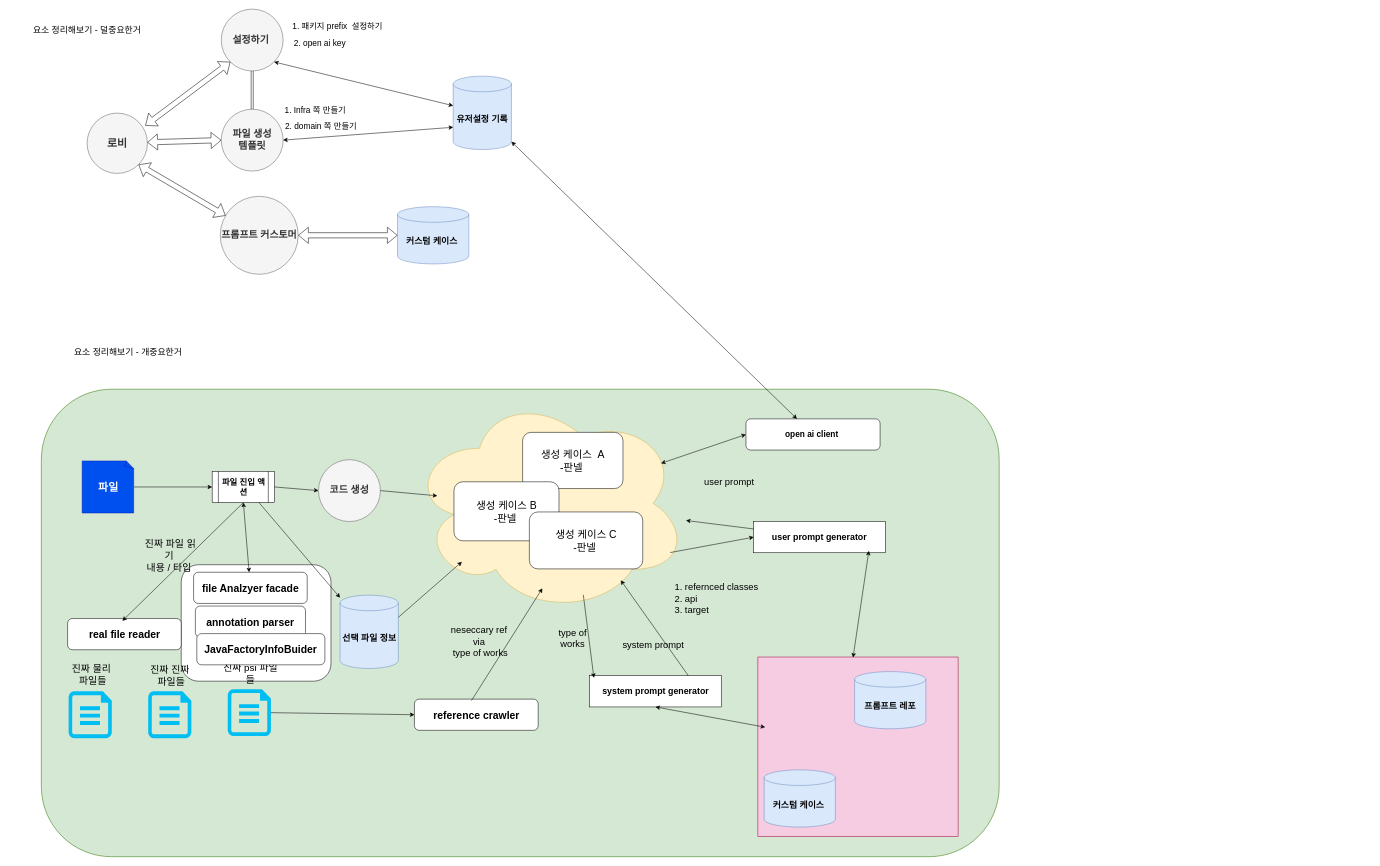
The draw.io diagram page "플러그인 아키텍쳐" (5 of 6) of drawio.drawio in dkGithup2022/draw_io_memory, before the edit. Source tidied: cells renumbered, new cells numbered last; positions are measured from the earlier drawing's top-left corner, leaving out a move shared by most shapes. Both pictures are drawn from the tidied source at 52%, with x=0, y=0 at pixel (9, 9).
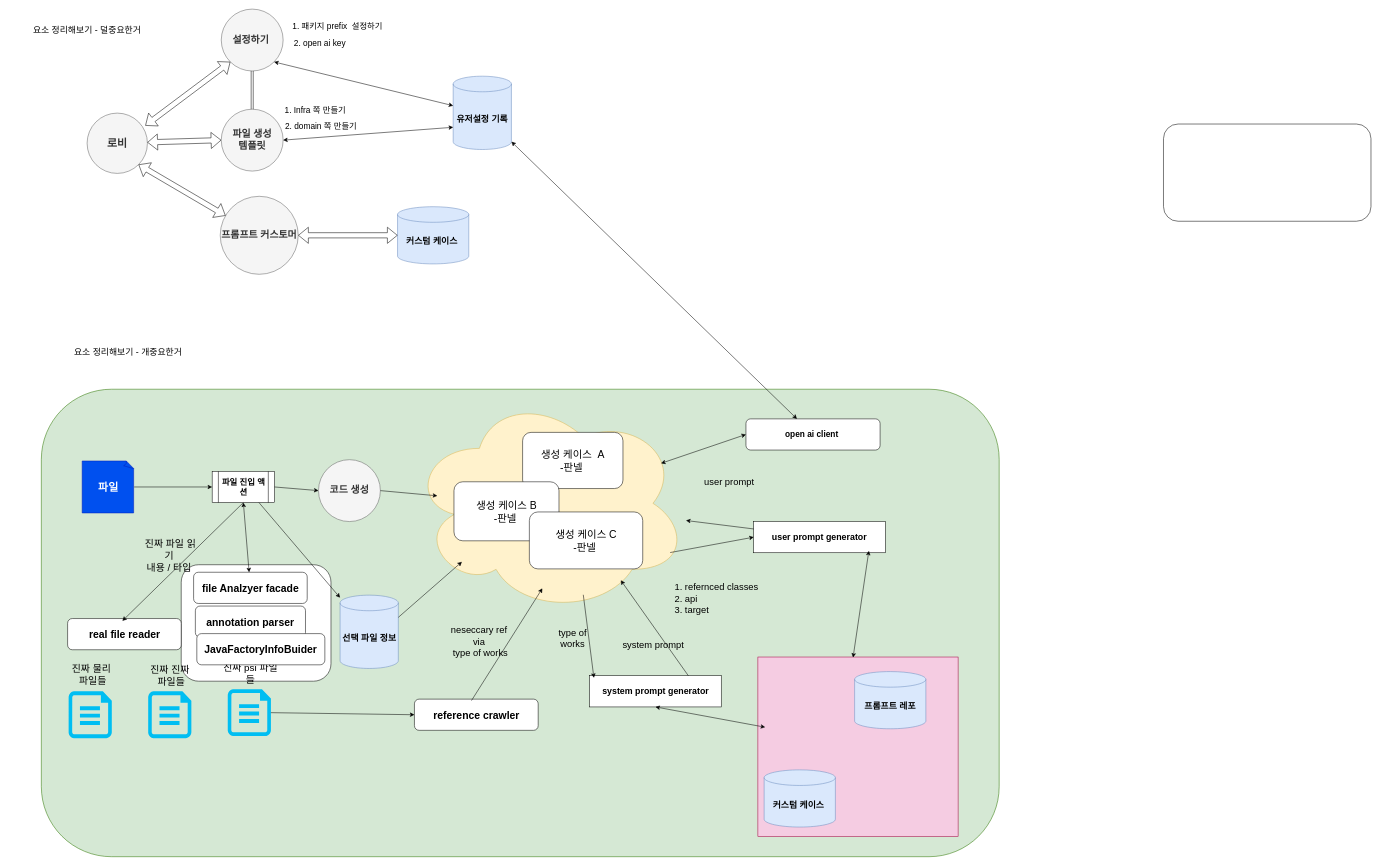
The same page after the edit.

The edit, as a diff of the source:
```diff
@@
+    <mxCell id="71" style="rounded=1;whiteSpace=wrap;html=1;" parent="1" vertex="1">
+      <mxGeometry x="2220" y="221" width="399" height="187" as="geometry" />
+    </mxCell>
```
